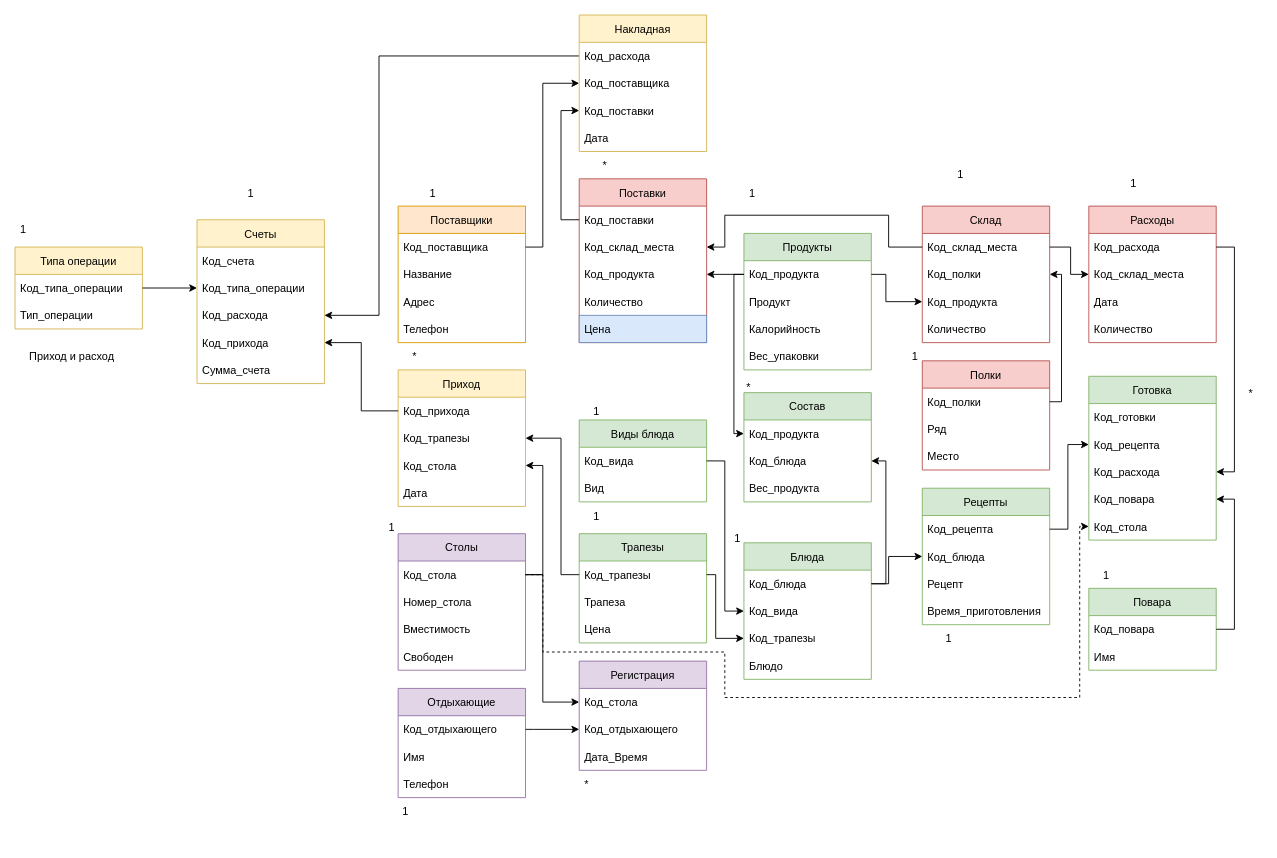
Above: page "Page-3" (3 of 3) of Untitled Diagram.drawio in lari5685/transfer (draw.io), before the change. Source tidied: cells renumbered, new cells numbered last; positions are measured from the earlier drawing's top-left corner, leaving out a move shared by most shapes. Both pictures are drawn from the tidied source at 91%, with x=0, y=0 at pixel (15, 15).
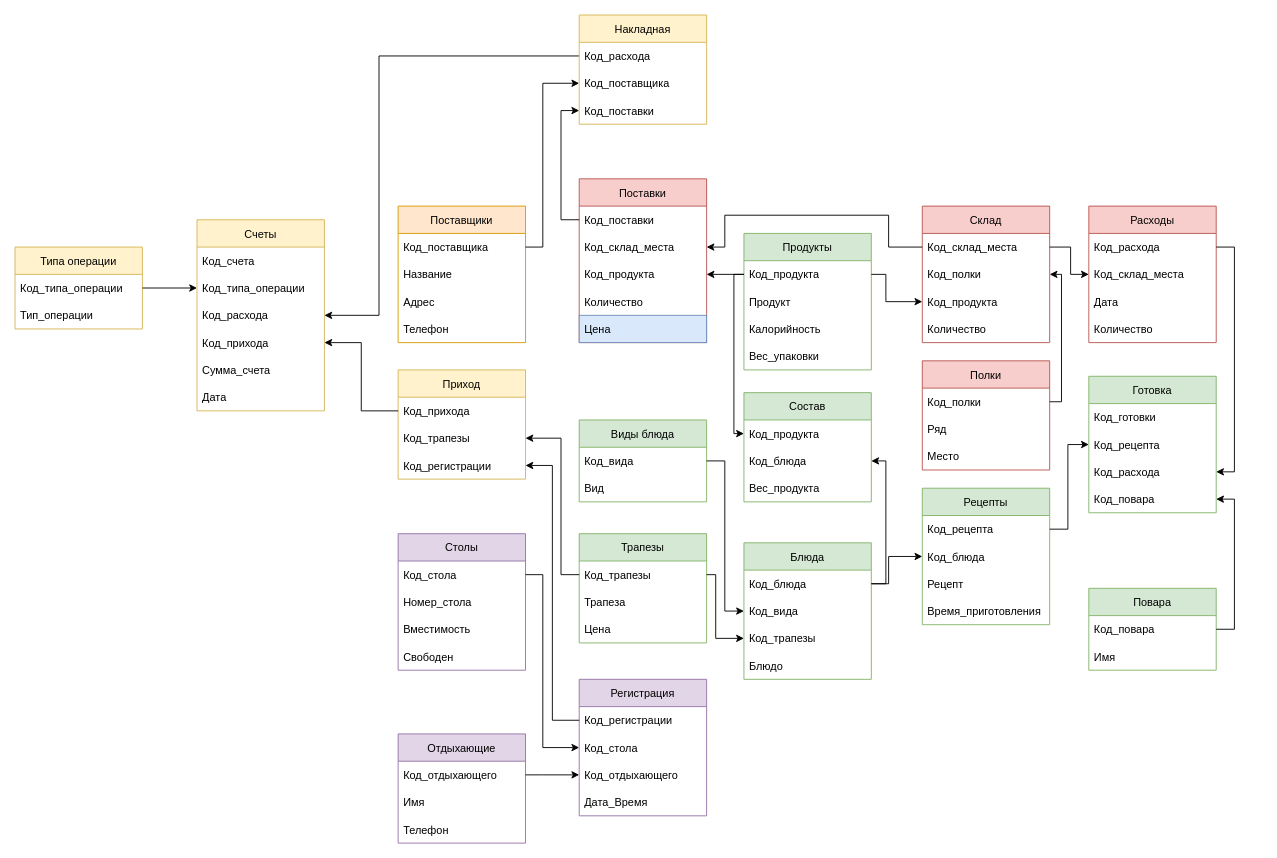
The same page after the edit.

The change refers to these unchanged cells:
```xml
<mxCell id="29" value="Код_отдыхающего" style="text;strokeColor=none;fillColor=none;align=left;verticalAlign=middle;spacingLeft=4;spacingRight=4;overflow=hidden;points=[[0,0.5],[1,0.5]];portConstraint=eastwest;sketch=0;swimlaneLine=1;shadow=0;" parent="28" vertex="1">
  <mxGeometry y="30" width="140" height="30" as="geometry" />
</mxCell>
<mxCell id="87" value="Код_стола" style="text;strokeColor=none;fillColor=none;align=left;verticalAlign=middle;spacingLeft=4;spacingRight=4;overflow=hidden;points=[[0,0.5],[1,0.5]];portConstraint=eastwest;sketch=0;swimlaneLine=1;shadow=0;" parent="86" vertex="1">
  <mxGeometry y="30" width="140" height="30" as="geometry" />
</mxCell>
```

Change to the diagram source:
```diff
@@
     <mxCell id="28" value="Отдыхающие" style="swimlane;fontStyle=0;horizontal=1;startSize=30;fillColor=#e1d5e7;strokeColor=#9673a6;sketch=0;swimlaneLine=1;shadow=0;" parent="1" vertex="1">
-      <mxGeometry x="421" y="740" width="140" height="120" as="geometry" />
+      <mxGeometry x="421" y="790" width="140" height="120" as="geometry" />
     </mxCell>
@@
     <mxCell id="54" value="Приход" style="swimlane;fontStyle=0;horizontal=1;startSize=30;fillColor=#fff2cc;strokeColor=#d6b656;sketch=0;swimlaneLine=1;shadow=0;" parent="1" vertex="1">
-      <mxGeometry x="421" y="390" width="140" height="150" as="geometry" />
+      <mxGeometry x="421" y="390" width="140" height="120" as="geometry" />
     </mxCell>
@@
-    <mxCell id="57" value="Код_стола" style="text;strokeColor=none;fillColor=none;align=left;verticalAlign=middle;spacingLeft=4;spacingRight=4;overflow=hidden;points=[[0,0.5],[1,0.5]];portConstraint=eastwest;sketch=0;swimlaneLine=1;shadow=0;" parent="54" vertex="1">
+    <mxCell id="57" value="Код_регистрации" style="text;strokeColor=none;fillColor=none;align=left;verticalAlign=middle;spacingLeft=4;spacingRight=4;overflow=hidden;points=[[0,0.5],[1,0.5]];portConstraint=eastwest;sketch=0;swimlaneLine=1;shadow=0;" parent="54" vertex="1">
       <mxGeometry y="90" width="140" height="30" as="geometry" />
     </mxCell>
-    <mxCell id="58" value="Дата" style="text;strokeColor=none;fillColor=none;align=left;verticalAlign=middle;spacingLeft=4;spacingRight=4;overflow=hidden;sketch=0;swimlaneLine=1;shadow=0;" parent="54" vertex="1">
-      <mxGeometry y="120" width="140" height="30" as="geometry" />
-    </mxCell>
@@
     <mxCell id="65" value="Готовка" style="swimlane;fontStyle=0;horizontal=1;startSize=30;fillColor=#d5e8d4;strokeColor=#82b366;sketch=0;swimlaneLine=1;shadow=0;" parent="1" vertex="1">
-      <mxGeometry x="1180" y="397" width="140" height="180" as="geometry" />
+      <mxGeometry x="1180" y="397" width="140" height="150" as="geometry" />
     </mxCell>
@@
-    <mxCell id="70" value="Код_стола" style="text;strokeColor=none;fillColor=none;align=left;verticalAlign=middle;spacingLeft=4;spacingRight=4;overflow=hidden;points=[[0,0.5],[1,0.5]];portConstraint=eastwest;sketch=0;swimlaneLine=1;shadow=0;" parent="65" vertex="1">
-      <mxGeometry y="150" width="140" height="30" as="geometry" />
-    </mxCell>
@@
-    <mxCell id="91" style="edgeStyle=orthogonalEdgeStyle;rounded=0;jettySize=auto;html=1;exitX=1;exitY=0.5;exitDx=0;exitDy=0;entryX=1;entryY=0.5;entryDx=0;entryDy=0;sketch=0;swimlaneLine=1;shadow=0;" parent="1" edge="1" source="87" target="57">
-      <mxGeometry relative="1" as="geometry">
-        <Array as="points">
-          <mxPoint x="580" y="615" />
-          <mxPoint x="580" y="495" />
-        </Array>
-      </mxGeometry>
-    </mxCell>
     <mxCell id="92" style="edgeStyle=orthogonalEdgeStyle;rounded=0;jettySize=auto;html=1;exitX=1;exitY=0.5;exitDx=0;exitDy=0;entryX=0;entryY=0.5;entryDx=0;entryDy=0;sketch=0;swimlaneLine=1;shadow=0;" parent="1" edge="1" source="87" target="94">
       <mxGeometry relative="1" as="geometry">
         <Array as="points">
           <mxPoint x="580" y="615" />
-          <mxPoint x="580" y="755" />
+          <mxPoint x="580" y="805" />
         </Array>
       </mxGeometry>
     </mxCell>
     <mxCell id="93" value="Регистрация" style="swimlane;fontStyle=0;horizontal=1;startSize=30;fillColor=#e1d5e7;strokeColor=#9673a6;sketch=0;swimlaneLine=1;shadow=0;" parent="1" vertex="1">
-      <mxGeometry x="620" y="710" width="140" height="120" as="geometry" />
+      <mxGeometry x="620" y="730" width="140" height="150" as="geometry" />
     </mxCell>
+    <mxCell id="137" value="Код_регистрации" style="text;strokeColor=none;fillColor=none;align=left;verticalAlign=middle;spacingLeft=4;spacingRight=4;overflow=hidden;points=[[0,0.5],[1,0.5]];portConstraint=eastwest;sketch=0;swimlaneLine=1;shadow=0;" parent="93" vertex="1">
+      <mxGeometry y="30" width="140" height="30" as="geometry" />
+    </mxCell>
     <mxCell id="94" value="Код_стола" style="text;strokeColor=none;fillColor=none;align=left;verticalAlign=middle;spacingLeft=4;spacingRight=4;overflow=hidden;points=[[0,0.5],[1,0.5]];portConstraint=eastwest;sketch=0;swimlaneLine=1;shadow=0;" parent="93" vertex="1">
-      <mxGeometry y="30" width="140" height="30" as="geometry" />
+      <mxGeometry y="60" width="140" height="30" as="geometry" />
     </mxCell>
     <mxCell id="95" value="Код_отдыхающего" style="text;strokeColor=none;fillColor=none;align=left;verticalAlign=middle;spacingLeft=4;spacingRight=4;overflow=hidden;points=[[0,0.5],[1,0.5]];portConstraint=eastwest;sketch=0;swimlaneLine=1;shadow=0;" parent="93" vertex="1">
-      <mxGeometry y="60" width="140" height="30" as="geometry" />
+      <mxGeometry y="90" width="140" height="30" as="geometry" />
     </mxCell>
     <mxCell id="96" value="Дата_Время" style="text;strokeColor=none;fillColor=none;align=left;verticalAlign=middle;spacingLeft=4;spacingRight=4;overflow=hidden;sketch=0;swimlaneLine=1;shadow=0;" parent="93" vertex="1">
-      <mxGeometry y="90" width="140" height="30" as="geometry" />
+      <mxGeometry y="120" width="140" height="30" as="geometry" />
     </mxCell>
     <mxCell id="97" style="edgeStyle=orthogonalEdgeStyle;rounded=0;jettySize=auto;html=1;exitX=1;exitY=0.5;exitDx=0;exitDy=0;entryX=0;entryY=0.5;entryDx=0;entryDy=0;sketch=0;swimlaneLine=1;shadow=0;" parent="1" edge="1" source="29" target="95">
       <mxGeometry relative="1" as="geometry">
         <Array as="points">
-          <mxPoint x="570" y="785" />
-          <mxPoint x="570" y="785" />
+          <mxPoint x="580" y="835" />
+          <mxPoint x="580" y="835" />
         </Array>
       </mxGeometry>
     </mxCell>
@@
     <mxCell id="101" value="Счеты" style="swimlane;fontStyle=0;horizontal=1;startSize=30;fillColor=#fff2cc;strokeColor=#d6b656;sketch=0;swimlaneLine=1;shadow=0;" parent="1" vertex="1">
-      <mxGeometry x="200" y="225" width="140" height="180" as="geometry" />
+      <mxGeometry x="200" y="225" width="140" height="210" as="geometry" />
     </mxCell>
@@
+    <mxCell id="58" value="Дата" style="text;strokeColor=none;fillColor=none;align=left;verticalAlign=middle;spacingLeft=4;spacingRight=4;overflow=hidden;sketch=0;swimlaneLine=1;shadow=0;" parent="101" vertex="1">
+      <mxGeometry y="180" width="140" height="30" as="geometry" />
+    </mxCell>
@@
-    <mxCell id="110" value="Приход и расход" style="text;strokeColor=none;fillColor=none;align=left;verticalAlign=middle;spacingLeft=4;spacingRight=4;overflow=hidden;sketch=0;swimlaneLine=1;shadow=0;" parent="1" vertex="1">
-      <mxGeometry x="10" y="360" width="120" height="30" as="geometry" />
-    </mxCell>
-    <mxCell id="111" value="1" style="text;strokeColor=none;fillColor=none;align=left;verticalAlign=middle;spacingLeft=4;spacingRight=4;overflow=hidden;sketch=0;swimlaneLine=1;shadow=0;" parent="1" vertex="1">
-      <mxGeometry x="250" y="180" width="120" height="30" as="geometry" />
-    </mxCell>
-    <mxCell id="112" value="1" style="text;strokeColor=none;fillColor=none;align=left;verticalAlign=middle;spacingLeft=4;spacingRight=4;overflow=hidden;sketch=0;swimlaneLine=1;shadow=0;" parent="1" vertex="1">
-      <mxGeometry x="450" y="180" width="120" height="30" as="geometry" />
-    </mxCell>
-    <mxCell id="113" value="*" style="text;strokeColor=none;fillColor=none;align=left;verticalAlign=middle;spacingLeft=4;spacingRight=4;overflow=hidden;sketch=0;swimlaneLine=1;shadow=0;" parent="1" vertex="1">
-      <mxGeometry x="640" y="150" width="120" height="30" as="geometry" />
-    </mxCell>
-    <mxCell id="114" value="1" style="text;strokeColor=none;fillColor=none;align=left;verticalAlign=middle;spacingLeft=4;spacingRight=4;overflow=hidden;sketch=0;swimlaneLine=1;shadow=0;" parent="1" vertex="1">
-      <mxGeometry x="1030" y="160" width="120" height="30" as="geometry" />
-    </mxCell>
-    <mxCell id="115" value="1" style="text;strokeColor=none;fillColor=none;align=left;verticalAlign=middle;spacingLeft=4;spacingRight=4;overflow=hidden;sketch=0;swimlaneLine=1;shadow=0;" parent="1" vertex="1">
-      <mxGeometry x="1220" y="170" width="120" height="30" as="geometry" />
-    </mxCell>
-    <mxCell id="116" value="*" style="text;strokeColor=none;fillColor=none;align=left;verticalAlign=middle;spacingLeft=4;spacingRight=4;overflow=hidden;sketch=0;swimlaneLine=1;shadow=0;" parent="1" vertex="1">
-      <mxGeometry x="1350" y="400" width="20" height="30" as="geometry" />
-    </mxCell>
-    <mxCell id="117" value="1" style="text;strokeColor=none;fillColor=none;align=left;verticalAlign=middle;spacingLeft=4;spacingRight=4;overflow=hidden;sketch=0;swimlaneLine=1;shadow=0;" parent="1" vertex="1">
-      <mxGeometry x="1190" y="600" width="120" height="30" as="geometry" />
-    </mxCell>
-    <mxCell id="118" value="1" style="text;strokeColor=none;fillColor=none;align=left;verticalAlign=middle;spacingLeft=4;spacingRight=4;overflow=hidden;sketch=0;swimlaneLine=1;shadow=0;" parent="1" vertex="1">
-      <mxGeometry x="1017" y="670" width="120" height="30" as="geometry" />
-    </mxCell>
-    <mxCell id="119" value="1" style="text;strokeColor=none;fillColor=none;align=left;verticalAlign=middle;spacingLeft=4;spacingRight=4;overflow=hidden;sketch=0;swimlaneLine=1;shadow=0;" parent="1" vertex="1">
-      <mxGeometry x="980" y="360" width="120" height="30" as="geometry" />
-    </mxCell>
-    <mxCell id="120" value="1" style="text;strokeColor=none;fillColor=none;align=left;verticalAlign=middle;spacingLeft=4;spacingRight=4;overflow=hidden;sketch=0;swimlaneLine=1;shadow=0;" parent="1" vertex="1">
-      <mxGeometry x="630" y="535" width="120" height="30" as="geometry" />
-    </mxCell>
-    <mxCell id="121" value="1" style="text;strokeColor=none;fillColor=none;align=left;verticalAlign=middle;spacingLeft=4;spacingRight=4;overflow=hidden;sketch=0;swimlaneLine=1;shadow=0;" parent="1" vertex="1">
-      <mxGeometry x="630" y="420" width="120" height="30" as="geometry" />
-    </mxCell>
-    <mxCell id="122" value="*" style="text;strokeColor=none;fillColor=none;align=left;verticalAlign=middle;spacingLeft=4;spacingRight=4;overflow=hidden;sketch=0;swimlaneLine=1;shadow=0;" parent="1" vertex="1">
-      <mxGeometry x="431" y="360" width="120" height="30" as="geometry" />
-    </mxCell>
-    <mxCell id="123" value="1" style="text;strokeColor=none;fillColor=none;align=left;verticalAlign=middle;spacingLeft=4;spacingRight=4;overflow=hidden;sketch=0;swimlaneLine=1;shadow=0;" parent="1" vertex="1">
-      <mxGeometry x="420" y="860" width="120" height="30" as="geometry" />
-    </mxCell>
-    <mxCell id="124" value="*" style="text;strokeColor=none;fillColor=none;align=left;verticalAlign=middle;spacingLeft=4;spacingRight=4;overflow=hidden;sketch=0;swimlaneLine=1;shadow=0;" parent="1" vertex="1">
-      <mxGeometry x="620" y="830" width="120" height="30" as="geometry" />
-    </mxCell>
-    <mxCell id="125" value="1" style="text;strokeColor=none;fillColor=none;align=left;verticalAlign=middle;spacingLeft=4;spacingRight=4;overflow=hidden;sketch=0;swimlaneLine=1;shadow=0;" parent="1" vertex="1">
-      <mxGeometry x="801" y="180" width="120" height="30" as="geometry" />
-    </mxCell>
-    <mxCell id="126" value="*" style="text;strokeColor=none;fillColor=none;align=left;verticalAlign=middle;spacingLeft=4;spacingRight=4;overflow=hidden;sketch=0;swimlaneLine=1;shadow=0;" parent="1" vertex="1">
-      <mxGeometry x="798" y="394" width="120" height="30" as="geometry" />
-    </mxCell>
-    <mxCell id="127" value="1" style="text;strokeColor=none;fillColor=none;align=left;verticalAlign=middle;spacingLeft=4;spacingRight=4;overflow=hidden;sketch=0;swimlaneLine=1;shadow=0;" parent="1" vertex="1">
-      <mxGeometry x="785" y="560" width="120" height="30" as="geometry" />
-    </mxCell>
-    <mxCell id="128" value="1" style="text;strokeColor=none;fillColor=none;align=left;verticalAlign=middle;spacingLeft=4;spacingRight=4;overflow=hidden;sketch=0;swimlaneLine=1;shadow=0;" parent="1" vertex="1">
-      <mxGeometry x="405" y="547" width="120" height="30" as="geometry" />
-    </mxCell>
-    <mxCell id="129" value="1" style="text;strokeColor=none;fillColor=none;align=left;verticalAlign=middle;spacingLeft=4;spacingRight=4;overflow=hidden;sketch=0;swimlaneLine=1;shadow=0;" parent="1" vertex="1">
-      <mxGeometry y="220" width="120" height="30" as="geometry" />
-    </mxCell>
-    <mxCell id="130" style="edgeStyle=orthogonalEdgeStyle;rounded=0;jettySize=auto;html=1;exitX=1;exitY=0.5;exitDx=0;exitDy=0;entryX=0;entryY=0.5;entryDx=0;entryDy=0;dashed=1;sketch=0;swimlaneLine=1;shadow=0;" parent="1" edge="1" source="87" target="70">
-      <mxGeometry relative="1" as="geometry">
-        <Array as="points">
-          <mxPoint x="580" y="615" />
-          <mxPoint x="580" y="700" />
-          <mxPoint x="780" y="700" />
-          <mxPoint x="780" y="750" />
-          <mxPoint x="1170" y="750" />
-          <mxPoint x="1170" y="562" />
-        </Array>
-      </mxGeometry>
-    </mxCell>
     <mxCell id="131" value="Накладная" style="swimlane;fontStyle=0;horizontal=1;startSize=30;fillColor=#fff2cc;strokeColor=#d6b656;sketch=0;swimlaneLine=1;shadow=0;" parent="1" vertex="1">
-      <mxGeometry x="620" width="140" height="150" as="geometry" />
+      <mxGeometry x="620" width="140" height="120" as="geometry" />
     </mxCell>
@@
-    <mxCell id="135" value="Дата" style="text;strokeColor=none;fillColor=none;align=left;verticalAlign=middle;spacingLeft=4;spacingRight=4;overflow=hidden;sketch=0;swimlaneLine=1;shadow=0;" parent="131" vertex="1">
-      <mxGeometry y="120" width="140" height="30" as="geometry" />
-    </mxCell>
@@
+    <mxCell id="138" style="edgeStyle=orthogonalEdgeStyle;rounded=0;jettySize=auto;html=1;exitX=0;exitY=0.5;exitDx=0;exitDy=0;entryX=1;entryY=0.5;entryDx=0;entryDy=0;" parent="1" edge="1" source="137" target="57">
+      <mxGeometry relative="1" as="geometry" />
+    </mxCell>
```
